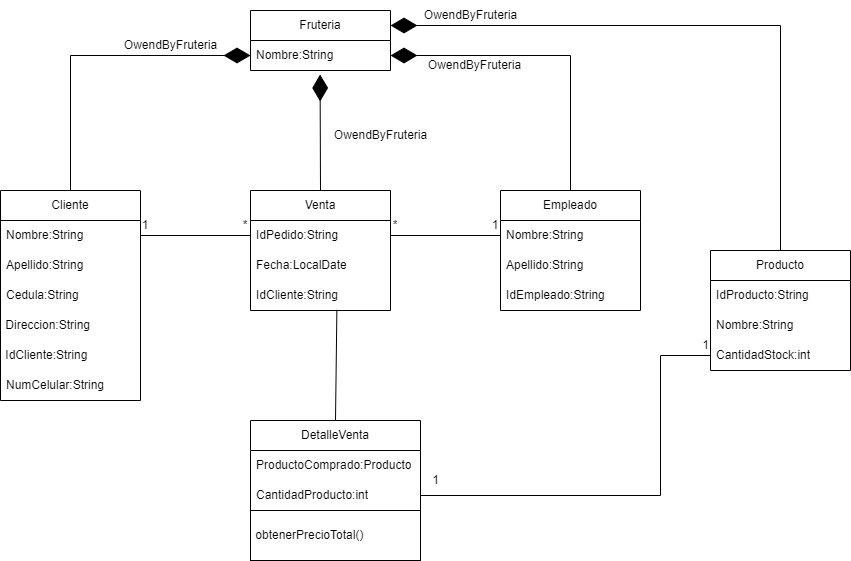
Earlier version of the draw.io export co.edu.uniquindio.proyectoFinal/src/main/java/co/edu/uniquindio/proyectofinal/fruteriaapp/Diagrama/Diagrama.png (CarlosM122/PR2_ProyectoFinal). Source tidied: cells renumbered, new cells last; positions are measured from the earlier drawing's top-left corner, leaving out a move shared by most shapes. Its diagram source:
```xml
<mxGraphModel>
  <root>
    <mxCell id="0" />
    <mxCell id="1" parent="0" />
    <mxCell id="2" value="Fruteria" style="swimlane;fontStyle=0;horizontal=1;startSize=30;whiteSpace=wrap;html=1;" parent="1" vertex="1">
      <mxGeometry x="250" y="10" width="140" height="60" as="geometry" />
    </mxCell>
    <mxCell id="3" value="Nombre:String" style="text;strokeColor=none;fillColor=none;align=left;verticalAlign=middle;spacingLeft=4;spacingRight=4;overflow=hidden;points=[[0,0.5],[1,0.5]];portConstraint=eastwest;whiteSpace=wrap;html=1;" parent="2" vertex="1">
      <mxGeometry y="30" width="140" height="30" as="geometry" />
    </mxCell>
    <mxCell id="4" value="Cliente" style="swimlane;fontStyle=0;horizontal=1;startSize=30;whiteSpace=wrap;html=1;" parent="1" vertex="1">
      <mxGeometry y="190" width="140" height="210" as="geometry" />
    </mxCell>
    <mxCell id="5" value="Nombre:String" style="text;strokeColor=none;fillColor=none;align=left;verticalAlign=middle;spacingLeft=4;spacingRight=4;overflow=hidden;points=[[0,0.5],[1,0.5]];portConstraint=eastwest;whiteSpace=wrap;html=1;" parent="4" vertex="1">
      <mxGeometry y="30" width="140" height="30" as="geometry" />
    </mxCell>
    <mxCell id="6" value="Apellido:String" style="text;strokeColor=none;fillColor=none;align=left;verticalAlign=middle;spacingLeft=4;spacingRight=4;overflow=hidden;whiteSpace=wrap;html=1;" parent="4" vertex="1">
      <mxGeometry y="60" width="140" height="30" as="geometry" />
    </mxCell>
    <mxCell id="7" value="Cedula:String" style="text;strokeColor=none;fillColor=none;align=left;verticalAlign=middle;spacingLeft=4;spacingRight=4;overflow=hidden;whiteSpace=wrap;html=1;" parent="4" vertex="1">
      <mxGeometry y="90" width="140" height="30" as="geometry" />
    </mxCell>
    <mxCell id="8" value="&amp;nbsp;Direccion:String" style="text;html=1;strokeColor=none;fillColor=none;align=left;verticalAlign=middle;whiteSpace=wrap;rounded=0;" parent="4" vertex="1">
      <mxGeometry y="120" width="140" height="30" as="geometry" />
    </mxCell>
    <mxCell id="9" value="&amp;nbsp;IdCliente:String" style="text;html=1;strokeColor=none;fillColor=none;align=left;verticalAlign=middle;whiteSpace=wrap;rounded=0;" parent="4" vertex="1">
      <mxGeometry y="150" width="140" height="30" as="geometry" />
    </mxCell>
    <mxCell id="10" value="NumCelular:String" style="text;strokeColor=none;fillColor=none;align=left;verticalAlign=middle;spacingLeft=4;spacingRight=4;overflow=hidden;whiteSpace=wrap;html=1;" parent="4" vertex="1">
      <mxGeometry y="180" width="140" height="30" as="geometry" />
    </mxCell>
    <mxCell id="11" value="Venta" style="swimlane;fontStyle=0;horizontal=1;startSize=30;whiteSpace=wrap;html=1;" parent="1" vertex="1">
      <mxGeometry x="250" y="190" width="140" height="120" as="geometry" />
    </mxCell>
    <mxCell id="12" value="IdPedido:String" style="text;strokeColor=none;fillColor=none;align=left;verticalAlign=middle;spacingLeft=4;spacingRight=4;overflow=hidden;points=[[0,0.5],[1,0.5]];portConstraint=eastwest;whiteSpace=wrap;html=1;" parent="11" vertex="1">
      <mxGeometry y="30" width="140" height="30" as="geometry" />
    </mxCell>
    <mxCell id="13" value="Fecha:LocalDate" style="text;strokeColor=none;fillColor=none;align=left;verticalAlign=middle;spacingLeft=4;spacingRight=4;overflow=hidden;whiteSpace=wrap;html=1;" parent="11" vertex="1">
      <mxGeometry y="60" width="140" height="30" as="geometry" />
    </mxCell>
    <mxCell id="14" value="IdCliente:String" style="text;strokeColor=none;fillColor=none;align=left;verticalAlign=middle;spacingLeft=4;spacingRight=4;overflow=hidden;points=[[0,0.5],[1,0.5]];portConstraint=eastwest;whiteSpace=wrap;html=1;" parent="11" vertex="1">
      <mxGeometry y="90" width="140" height="30" as="geometry" />
    </mxCell>
    <mxCell id="15" value="Empleado" style="swimlane;fontStyle=0;horizontal=1;startSize=30;whiteSpace=wrap;html=1;" parent="1" vertex="1">
      <mxGeometry x="500" y="190" width="140" height="120" as="geometry" />
    </mxCell>
    <mxCell id="16" value="Nombre:String" style="text;strokeColor=none;fillColor=none;align=left;verticalAlign=middle;spacingLeft=4;spacingRight=4;overflow=hidden;points=[[0,0.5],[1,0.5]];portConstraint=eastwest;whiteSpace=wrap;html=1;" parent="15" vertex="1">
      <mxGeometry y="30" width="140" height="30" as="geometry" />
    </mxCell>
    <mxCell id="17" value="Apellido:String" style="text;strokeColor=none;fillColor=none;align=left;verticalAlign=middle;spacingLeft=4;spacingRight=4;overflow=hidden;whiteSpace=wrap;html=1;" parent="15" vertex="1">
      <mxGeometry y="60" width="140" height="30" as="geometry" />
    </mxCell>
    <mxCell id="18" value="IdEmpleado:String" style="text;strokeColor=none;fillColor=none;align=left;verticalAlign=middle;spacingLeft=4;spacingRight=4;overflow=hidden;whiteSpace=wrap;html=1;" parent="15" vertex="1">
      <mxGeometry y="90" width="140" height="30" as="geometry" />
    </mxCell>
    <mxCell id="19" style="endArrow=none;html=1;rounded=0;exitX=1;exitY=0.5;exitDx=0;exitDy=0;" parent="1" edge="1" source="5">
      <mxGeometry relative="1" as="geometry">
        <mxPoint x="250" y="235" as="targetPoint" />
      </mxGeometry>
    </mxCell>
    <mxCell id="20" value="1" style="text;html=1;strokeColor=none;fillColor=none;align=center;verticalAlign=middle;whiteSpace=wrap;rounded=0;" parent="1" vertex="1">
      <mxGeometry x="140" y="220" width="10" height="10" as="geometry" />
    </mxCell>
    <mxCell id="21" value="*" style="text;html=1;strokeColor=none;fillColor=none;align=center;verticalAlign=middle;whiteSpace=wrap;rounded=0;" parent="1" vertex="1">
      <mxGeometry x="240" y="220" width="10" height="10" as="geometry" />
    </mxCell>
    <mxCell id="22" value="1" style="text;html=1;strokeColor=none;fillColor=none;align=center;verticalAlign=middle;whiteSpace=wrap;rounded=0;" parent="1" vertex="1">
      <mxGeometry x="490" y="220" width="10" height="10" as="geometry" />
    </mxCell>
    <mxCell id="23" style="endArrow=none;html=1;rounded=0;exitX=1;exitY=0.5;exitDx=0;exitDy=0;entryX=0;entryY=0.5;entryDx=0;entryDy=0;" parent="1" edge="1" source="12" target="16">
      <mxGeometry relative="1" as="geometry" />
    </mxCell>
    <mxCell id="24" value="*" style="text;html=1;strokeColor=none;fillColor=none;align=center;verticalAlign=middle;whiteSpace=wrap;rounded=0;" parent="1" vertex="1">
      <mxGeometry x="390" y="220" width="10" height="10" as="geometry" />
    </mxCell>
    <mxCell id="25" value="Producto" style="swimlane;fontStyle=0;horizontal=1;startSize=30;whiteSpace=wrap;html=1;" parent="1" vertex="1">
      <mxGeometry x="710" y="250" width="140" height="120" as="geometry" />
    </mxCell>
    <mxCell id="26" value="IdProducto:String" style="text;strokeColor=none;fillColor=none;align=left;verticalAlign=middle;spacingLeft=4;spacingRight=4;overflow=hidden;whiteSpace=wrap;html=1;" parent="25" vertex="1">
      <mxGeometry y="30" width="140" height="30" as="geometry" />
    </mxCell>
    <mxCell id="27" value="Nombre:String" style="text;strokeColor=none;fillColor=none;align=left;verticalAlign=middle;spacingLeft=4;spacingRight=4;overflow=hidden;whiteSpace=wrap;html=1;" parent="25" vertex="1">
      <mxGeometry y="60" width="140" height="30" as="geometry" />
    </mxCell>
    <mxCell id="28" value="CantidadStock:int" style="text;strokeColor=none;fillColor=none;align=left;verticalAlign=middle;spacingLeft=4;spacingRight=4;overflow=hidden;points=[[0,0.5],[1,0.5]];portConstraint=eastwest;whiteSpace=wrap;html=1;" parent="25" vertex="1">
      <mxGeometry y="90" width="140" height="30" as="geometry" />
    </mxCell>
    <mxCell id="29" style="endArrow=none;html=1;rounded=0;exitX=1;exitY=0.5;exitDx=0;exitDy=0;entryX=0;entryY=0.5;entryDx=0;entryDy=0;" parent="1" edge="1" source="44" target="28">
      <mxGeometry relative="1" as="geometry">
        <Array as="points">
          <mxPoint x="660" y="495" />
          <mxPoint x="660" y="355" />
        </Array>
      </mxGeometry>
    </mxCell>
    <mxCell id="30" value="1" style="text;html=1;align=center;verticalAlign=middle;strokeColor=none;fillColor=none;" parent="1" vertex="1">
      <mxGeometry x="690" y="330" width="30" height="30" as="geometry" />
    </mxCell>
    <mxCell id="31" value="1" style="text;html=1;align=center;verticalAlign=middle;strokeColor=none;fillColor=none;" parent="1" vertex="1">
      <mxGeometry x="420" y="465" width="30" height="30" as="geometry" />
    </mxCell>
    <mxCell id="32" style="endArrow=none;html=1;rounded=0;entryX=0.617;entryY=0.98;entryDx=0;entryDy=0;entryPerimeter=0;exitX=0.5;exitY=0;exitDx=0;exitDy=0;" parent="1" edge="1" source="42" target="14">
      <mxGeometry relative="1" as="geometry" />
    </mxCell>
    <mxCell id="33" style="endArrow=diamondThin;endFill=1;endSize=24;html=1;rounded=0;exitX=0.5;exitY=0;exitDx=0;exitDy=0;entryX=1;entryY=0.25;entryDx=0;entryDy=0;" parent="1" edge="1" source="25" target="2">
      <mxGeometry relative="1" as="geometry">
        <Array as="points">
          <mxPoint x="780" y="25" />
        </Array>
      </mxGeometry>
    </mxCell>
    <mxCell id="34" style="endArrow=diamondThin;endFill=1;endSize=24;html=1;rounded=0;entryX=1;entryY=0.5;entryDx=0;entryDy=0;exitX=0.5;exitY=0;exitDx=0;exitDy=0;" parent="1" edge="1" source="15" target="3">
      <mxGeometry relative="1" as="geometry">
        <Array as="points">
          <mxPoint x="570" y="55" />
        </Array>
      </mxGeometry>
    </mxCell>
    <mxCell id="35" style="endArrow=diamondThin;endFill=1;endSize=24;html=1;rounded=0;entryX=0.497;entryY=1.133;entryDx=0;entryDy=0;entryPerimeter=0;exitX=0.5;exitY=0;exitDx=0;exitDy=0;" parent="1" edge="1" source="11" target="3">
      <mxGeometry relative="1" as="geometry" />
    </mxCell>
    <mxCell id="36" style="endArrow=diamondThin;endFill=1;endSize=24;html=1;rounded=0;exitX=0.5;exitY=0;exitDx=0;exitDy=0;entryX=0;entryY=0.5;entryDx=0;entryDy=0;" parent="1" edge="1" source="4" target="3">
      <mxGeometry relative="1" as="geometry">
        <Array as="points">
          <mxPoint x="70" y="55" />
        </Array>
      </mxGeometry>
    </mxCell>
    <mxCell id="37" value="OwendByFruteria" style="text;html=1;align=center;verticalAlign=middle;strokeColor=none;fillColor=none;" parent="1" vertex="1">
      <mxGeometry x="110" y="30" width="120" height="30" as="geometry" />
    </mxCell>
    <mxCell id="38" value="OwendByFruteria" style="text;html=1;align=center;verticalAlign=middle;strokeColor=none;fillColor=none;" parent="1" vertex="1">
      <mxGeometry x="414" y="50" width="120" height="30" as="geometry" />
    </mxCell>
    <mxCell id="39" value="OwendByFruteria" style="text;html=1;align=center;verticalAlign=middle;strokeColor=none;fillColor=none;" parent="1" vertex="1">
      <mxGeometry x="410" width="120" height="30" as="geometry" />
    </mxCell>
    <mxCell id="40" value="OwendByFruteria" style="text;html=1;align=center;verticalAlign=middle;strokeColor=none;fillColor=none;" parent="1" vertex="1">
      <mxGeometry x="320" y="120" width="120" height="30" as="geometry" />
    </mxCell>
    <mxCell id="41" style="group;" parent="1" vertex="1">
      <mxGeometry x="250" y="420" width="170" height="140" as="geometry" />
    </mxCell>
    <mxCell id="42" value="DetalleVenta" style="swimlane;fontStyle=0;horizontal=1;startSize=30;whiteSpace=wrap;html=1;" parent="41" vertex="1">
      <mxGeometry width="170" height="90" as="geometry" />
    </mxCell>
    <mxCell id="43" value="ProductoComprado:Producto" style="text;strokeColor=none;fillColor=none;align=left;verticalAlign=middle;spacingLeft=4;spacingRight=4;overflow=hidden;whiteSpace=wrap;html=1;" parent="42" vertex="1">
      <mxGeometry y="30" width="170" height="30" as="geometry" />
    </mxCell>
    <mxCell id="44" value="CantidadProducto:int" style="text;strokeColor=none;fillColor=none;align=left;verticalAlign=middle;spacingLeft=4;spacingRight=4;overflow=hidden;points=[[0,0.5],[1,0.5]];portConstraint=eastwest;whiteSpace=wrap;html=1;" parent="42" vertex="1">
      <mxGeometry y="60" width="170" height="30" as="geometry" />
    </mxCell>
    <mxCell id="45" value="&amp;nbsp;obtenerPrecioTotal()" style="html=1;align=left;" parent="41" vertex="1">
      <mxGeometry y="90" width="170" height="50" as="geometry" />
    </mxCell>
  </root>
</mxGraphModel>
```
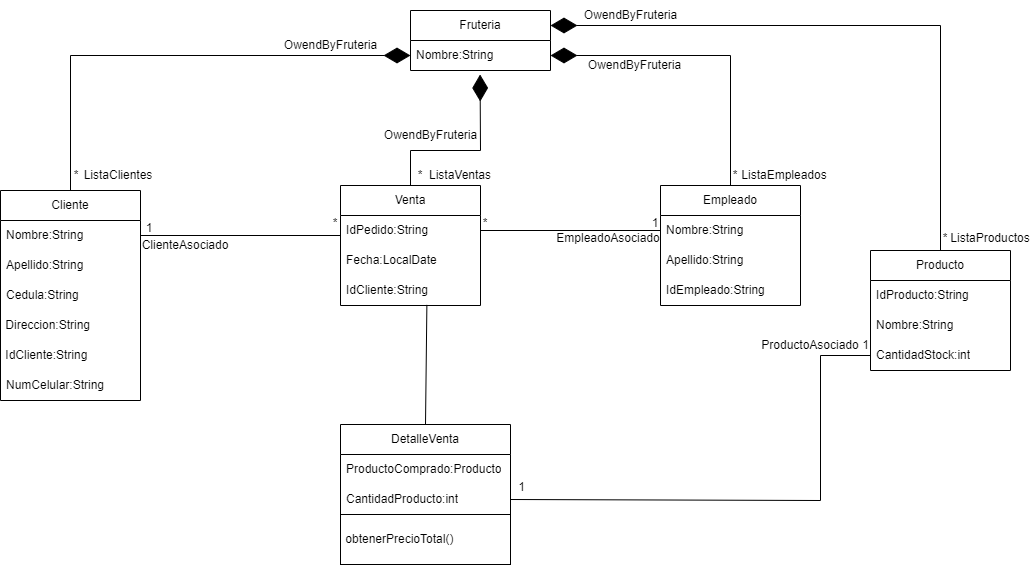
The same file after the commit.

Diff of the diagram source:
```diff
@@ -9,7 +9,7 @@
       <mxGeometry y="30" width="140" height="30" as="geometry" />
     </mxCell>
     <mxCell id="4" value="Cliente" style="swimlane;fontStyle=0;horizontal=1;startSize=30;whiteSpace=wrap;html=1;" parent="1" vertex="1">
-      <mxGeometry y="190" width="140" height="210" as="geometry" />
+      <mxGeometry x="-160" y="190" width="140" height="210" as="geometry" />
     </mxCell>
     <mxCell id="5" value="Nombre:String" style="text;strokeColor=none;fillColor=none;align=left;verticalAlign=middle;spacingLeft=4;spacingRight=4;overflow=hidden;points=[[0,0.5],[1,0.5]];portConstraint=eastwest;whiteSpace=wrap;html=1;" parent="4" vertex="1">
       <mxGeometry y="30" width="140" height="30" as="geometry" />
@@ -30,7 +30,7 @@
       <mxGeometry y="180" width="140" height="30" as="geometry" />
     </mxCell>
     <mxCell id="11" value="Venta" style="swimlane;fontStyle=0;horizontal=1;startSize=30;whiteSpace=wrap;html=1;" parent="1" vertex="1">
-      <mxGeometry x="250" y="190" width="140" height="120" as="geometry" />
+      <mxGeometry x="180" y="185" width="140" height="120" as="geometry" />
     </mxCell>
     <mxCell id="12" value="IdPedido:String" style="text;strokeColor=none;fillColor=none;align=left;verticalAlign=middle;spacingLeft=4;spacingRight=4;overflow=hidden;points=[[0,0.5],[1,0.5]];portConstraint=eastwest;whiteSpace=wrap;html=1;" parent="11" vertex="1">
       <mxGeometry y="30" width="140" height="30" as="geometry" />
@@ -42,7 +42,7 @@
       <mxGeometry y="90" width="140" height="30" as="geometry" />
     </mxCell>
     <mxCell id="15" value="Empleado" style="swimlane;fontStyle=0;horizontal=1;startSize=30;whiteSpace=wrap;html=1;" parent="1" vertex="1">
-      <mxGeometry x="500" y="190" width="140" height="120" as="geometry" />
+      <mxGeometry x="500" y="185" width="140" height="120" as="geometry" />
     </mxCell>
     <mxCell id="16" value="Nombre:String" style="text;strokeColor=none;fillColor=none;align=left;verticalAlign=middle;spacingLeft=4;spacingRight=4;overflow=hidden;points=[[0,0.5],[1,0.5]];portConstraint=eastwest;whiteSpace=wrap;html=1;" parent="15" vertex="1">
       <mxGeometry y="30" width="140" height="30" as="geometry" />
@@ -55,23 +55,23 @@
     </mxCell>
     <mxCell id="19" style="endArrow=none;html=1;rounded=0;exitX=1;exitY=0.5;exitDx=0;exitDy=0;" parent="1" edge="1" source="5">
       <mxGeometry relative="1" as="geometry">
-        <mxPoint x="250" y="235" as="targetPoint" />
+        <mxPoint x="180" y="235" as="targetPoint" />
       </mxGeometry>
     </mxCell>
     <mxCell id="20" value="1" style="text;html=1;strokeColor=none;fillColor=none;align=center;verticalAlign=middle;whiteSpace=wrap;rounded=0;" parent="1" vertex="1">
-      <mxGeometry x="140" y="220" width="10" height="10" as="geometry" />
+      <mxGeometry x="-16" y="223" width="10" height="10" as="geometry" />
     </mxCell>
     <mxCell id="21" value="*" style="text;html=1;strokeColor=none;fillColor=none;align=center;verticalAlign=middle;whiteSpace=wrap;rounded=0;" parent="1" vertex="1">
-      <mxGeometry x="240" y="220" width="10" height="10" as="geometry" />
+      <mxGeometry x="170" y="218" width="10" height="10" as="geometry" />
     </mxCell>
     <mxCell id="22" value="1" style="text;html=1;strokeColor=none;fillColor=none;align=center;verticalAlign=middle;whiteSpace=wrap;rounded=0;" parent="1" vertex="1">
-      <mxGeometry x="490" y="220" width="10" height="10" as="geometry" />
+      <mxGeometry x="490" y="218" width="10" height="10" as="geometry" />
     </mxCell>
     <mxCell id="23" style="endArrow=none;html=1;rounded=0;exitX=1;exitY=0.5;exitDx=0;exitDy=0;entryX=0;entryY=0.5;entryDx=0;entryDy=0;" parent="1" edge="1" source="12" target="16">
       <mxGeometry relative="1" as="geometry" />
     </mxCell>
     <mxCell id="24" value="*" style="text;html=1;strokeColor=none;fillColor=none;align=center;verticalAlign=middle;whiteSpace=wrap;rounded=0;" parent="1" vertex="1">
-      <mxGeometry x="390" y="220" width="10" height="10" as="geometry" />
+      <mxGeometry x="320" y="218" width="10" height="10" as="geometry" />
     </mxCell>
     <mxCell id="25" value="Producto" style="swimlane;fontStyle=0;horizontal=1;startSize=30;whiteSpace=wrap;html=1;" parent="1" vertex="1">
       <mxGeometry x="710" y="250" width="140" height="120" as="geometry" />
@@ -88,7 +88,7 @@
     <mxCell id="29" style="endArrow=none;html=1;rounded=0;exitX=1;exitY=0.5;exitDx=0;exitDy=0;entryX=0;entryY=0.5;entryDx=0;entryDy=0;" parent="1" edge="1" source="44" target="28">
       <mxGeometry relative="1" as="geometry">
         <Array as="points">
-          <mxPoint x="660" y="495" />
+          <mxPoint x="660" y="500" />
           <mxPoint x="660" y="355" />
         </Array>
       </mxGeometry>
@@ -97,7 +97,7 @@
       <mxGeometry x="690" y="330" width="30" height="30" as="geometry" />
     </mxCell>
     <mxCell id="31" value="1" style="text;html=1;align=center;verticalAlign=middle;strokeColor=none;fillColor=none;" parent="1" vertex="1">
-      <mxGeometry x="420" y="465" width="30" height="30" as="geometry" />
+      <mxGeometry x="346" y="472" width="30" height="30" as="geometry" />
     </mxCell>
     <mxCell id="32" style="endArrow=none;html=1;rounded=0;entryX=0.617;entryY=0.98;entryDx=0;entryDy=0;entryPerimeter=0;exitX=0.5;exitY=0;exitDx=0;exitDy=0;" parent="1" edge="1" source="42" target="14">
       <mxGeometry relative="1" as="geometry" />
@@ -117,12 +117,17 @@
       </mxGeometry>
     </mxCell>
     <mxCell id="35" style="endArrow=diamondThin;endFill=1;endSize=24;html=1;rounded=0;entryX=0.497;entryY=1.133;entryDx=0;entryDy=0;entryPerimeter=0;exitX=0.5;exitY=0;exitDx=0;exitDy=0;" parent="1" edge="1" source="11" target="3">
-      <mxGeometry relative="1" as="geometry" />
+      <mxGeometry relative="1" as="geometry">
+        <Array as="points">
+          <mxPoint x="250" y="150" />
+          <mxPoint x="320" y="150" />
+        </Array>
+      </mxGeometry>
     </mxCell>
     <mxCell id="36" style="endArrow=diamondThin;endFill=1;endSize=24;html=1;rounded=0;exitX=0.5;exitY=0;exitDx=0;exitDy=0;entryX=0;entryY=0.5;entryDx=0;entryDy=0;" parent="1" edge="1" source="4" target="3">
       <mxGeometry relative="1" as="geometry">
         <Array as="points">
-          <mxPoint x="70" y="55" />
+          <mxPoint x="-90" y="55" />
         </Array>
       </mxGeometry>
     </mxCell>
@@ -136,10 +141,10 @@
       <mxGeometry x="410" width="120" height="30" as="geometry" />
     </mxCell>
     <mxCell id="40" value="OwendByFruteria" style="text;html=1;align=center;verticalAlign=middle;strokeColor=none;fillColor=none;" parent="1" vertex="1">
-      <mxGeometry x="320" y="120" width="120" height="30" as="geometry" />
+      <mxGeometry x="210" y="120" width="120" height="30" as="geometry" />
     </mxCell>
     <mxCell id="41" style="group;" parent="1" vertex="1">
-      <mxGeometry x="250" y="420" width="170" height="140" as="geometry" />
+      <mxGeometry x="180" y="424" width="170" height="140" as="geometry" />
     </mxCell>
     <mxCell id="42" value="DetalleVenta" style="swimlane;fontStyle=0;horizontal=1;startSize=30;whiteSpace=wrap;html=1;" parent="41" vertex="1">
       <mxGeometry width="170" height="90" as="geometry" />
@@ -153,5 +158,38 @@
     <mxCell id="45" value="&amp;nbsp;obtenerPrecioTotal()" style="html=1;align=left;" parent="41" vertex="1">
       <mxGeometry y="90" width="170" height="50" as="geometry" />
     </mxCell>
+    <mxCell id="46" value="EmpleadoAsociado" style="text;html=1;strokeColor=none;fillColor=none;align=center;verticalAlign=middle;whiteSpace=wrap;rounded=0;" parent="1" vertex="1">
+      <mxGeometry x="418" y="223" width="60" height="30" as="geometry" />
+    </mxCell>
+    <mxCell id="47" value="ClienteAsociado" style="text;html=1;strokeColor=none;fillColor=none;align=center;verticalAlign=middle;whiteSpace=wrap;rounded=0;" parent="1" vertex="1">
+      <mxGeometry x="-5" y="230" width="60" height="30" as="geometry" />
+    </mxCell>
+    <mxCell id="48" value="ListaClientes" style="text;html=1;strokeColor=none;fillColor=none;align=center;verticalAlign=middle;whiteSpace=wrap;rounded=0;" parent="1" vertex="1">
+      <mxGeometry x="-72" y="160" width="60" height="30" as="geometry" />
+    </mxCell>
+    <mxCell id="49" value="*" style="text;html=1;strokeColor=none;fillColor=none;align=center;verticalAlign=middle;whiteSpace=wrap;rounded=0;" parent="1" vertex="1">
+      <mxGeometry x="-94" y="170" width="20" height="10" as="geometry" />
+    </mxCell>
+    <mxCell id="50" value="ListaProductos" style="text;html=1;strokeColor=none;fillColor=none;align=center;verticalAlign=middle;whiteSpace=wrap;rounded=0;" parent="1" vertex="1">
+      <mxGeometry x="800" y="223" width="60" height="30" as="geometry" />
+    </mxCell>
+    <mxCell id="51" value="*" style="text;html=1;strokeColor=none;fillColor=none;align=center;verticalAlign=middle;whiteSpace=wrap;rounded=0;" parent="1" vertex="1">
+      <mxGeometry x="770" y="228" width="30" height="20" as="geometry" />
+    </mxCell>
+    <mxCell id="52" value="ListaEmpleados" style="text;html=1;strokeColor=none;fillColor=none;align=center;verticalAlign=middle;whiteSpace=wrap;rounded=0;" parent="1" vertex="1">
+      <mxGeometry x="594" y="160" width="60" height="30" as="geometry" />
+    </mxCell>
+    <mxCell id="53" value="*" style="text;html=1;strokeColor=none;fillColor=none;align=center;verticalAlign=middle;whiteSpace=wrap;rounded=0;" parent="1" vertex="1">
+      <mxGeometry x="560" y="170" width="30" height="10" as="geometry" />
+    </mxCell>
+    <mxCell id="54" value="ProductoAsociado" style="text;html=1;strokeColor=none;fillColor=none;align=center;verticalAlign=middle;whiteSpace=wrap;rounded=0;" parent="1" vertex="1">
+      <mxGeometry x="620" y="330" width="60" height="30" as="geometry" />
+    </mxCell>
+    <mxCell id="55" value="ListaVentas" style="text;html=1;strokeColor=none;fillColor=none;align=center;verticalAlign=middle;whiteSpace=wrap;rounded=0;" parent="1" vertex="1">
+      <mxGeometry x="270" y="160" width="60" height="30" as="geometry" />
+    </mxCell>
+    <mxCell id="56" value="*" style="text;html=1;strokeColor=none;fillColor=none;align=center;verticalAlign=middle;whiteSpace=wrap;rounded=0;" parent="1" vertex="1">
+      <mxGeometry x="250" y="170" width="20" height="10" as="geometry" />
+    </mxCell>
   </root>
 </mxGraphModel>
```
